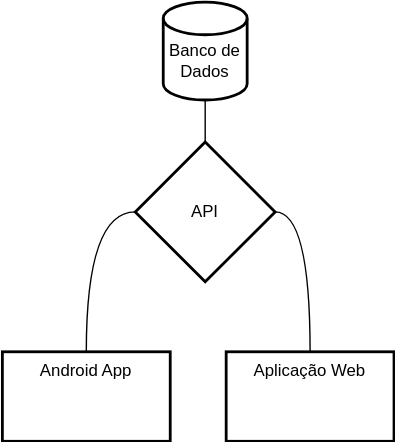
Earlier version of the draw.io export .diagramas/sistema.drawio.svg (jcjoo/pi). Source tidied: cells renumbered, new cells last; positions are measured from the earlier drawing's top-left corner, leaving out a move shared by most shapes.
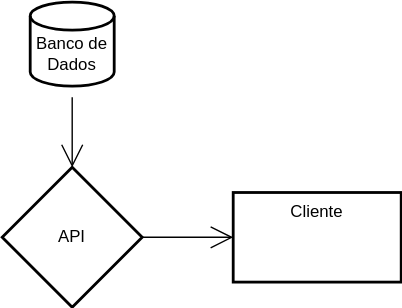
The same diagram one commit later.

Commit message:
atualizando diagramas para nova configuração do sistema e inicializando diagrama de classes

What changed in the source:
```diff
@@ -2,26 +2,20 @@
   <root>
     <mxCell id="0" />
     <mxCell id="1" parent="0" />
-    <mxCell id="2" value="Android App" style="whiteSpace=wrap;strokeWidth=2;verticalAlign=top;" parent="1" vertex="1">
-      <mxGeometry y="250" width="120" height="64" as="geometry" />
-    </mxCell>
+    <mxCell id="8" style="edgeStyle=none;curved=1;rounded=0;jettySize=auto;html=1;entryX=0.5;entryY=0;entryDx=0;entryDy=0;entryPerimeter=0;endArrow=open;startSize=14;endSize=14;sourcePerimeterSpacing=8;targetPerimeterSpacing=8;" parent="1" edge="1" source="3" target="4">
+      <mxGeometry relative="1" as="geometry" />
+    </mxCell>
     <mxCell id="3" value="&lt;div&gt;&lt;br&gt;&lt;/div&gt;&lt;div&gt;Banco de Dados&lt;/div&gt;" style="strokeWidth=2;html=1;shape=mxgraph.flowchart.database;whiteSpace=wrap;" parent="1" vertex="1">
-      <mxGeometry x="115" width="60" height="70" as="geometry" />
+      <mxGeometry x="115" width="60" height="60" as="geometry" />
     </mxCell>
+    <mxCell id="9" style="edgeStyle=none;curved=1;rounded=0;jettySize=auto;html=1;exitX=1;exitY=0.5;exitDx=0;exitDy=0;exitPerimeter=0;entryX=0;entryY=0.5;entryDx=0;entryDy=0;endArrow=open;startSize=14;endSize=14;sourcePerimeterSpacing=8;targetPerimeterSpacing=8;" parent="1" edge="1" source="4" target="6">
+      <mxGeometry relative="1" as="geometry" />
+    </mxCell>
     <mxCell id="4" value="API" style="strokeWidth=2;html=1;shape=mxgraph.flowchart.decision;whiteSpace=wrap;" parent="1" vertex="1">
-      <mxGeometry x="95" y="100" width="100" height="100" as="geometry" />
+      <mxGeometry x="95" y="118" width="100" height="100" as="geometry" />
     </mxCell>
-    <mxCell id="5" style="edgeStyle=orthogonalEdgeStyle;rounded=0;jettySize=auto;html=1;entryX=0;entryY=0.5;entryDx=0;entryDy=0;entryPerimeter=0;endArrow=none;endFill=0;curved=1;" parent="1" edge="1" source="2" target="4">
-      <mxGeometry relative="1" as="geometry" />
-    </mxCell>
-    <mxCell id="6" value="Aplicação Web" style="whiteSpace=wrap;strokeWidth=2;verticalAlign=top;" parent="1" vertex="1">
-      <mxGeometry x="160" y="250" width="120" height="64" as="geometry" />
+    <mxCell id="6" value="Cliente" style="whiteSpace=wrap;strokeWidth=2;verticalAlign=top;" parent="1" vertex="1">
+      <mxGeometry x="260" y="136" width="120" height="64" as="geometry" />
     </mxCell>
-    <mxCell id="7" style="edgeStyle=orthogonalEdgeStyle;rounded=0;jettySize=auto;html=1;entryX=1;entryY=0.5;entryDx=0;entryDy=0;entryPerimeter=0;strokeColor=default;curved=1;endArrow=none;endFill=0;" parent="1" edge="1" source="6" target="4">
-      <mxGeometry relative="1" as="geometry" />
-    </mxCell>
-    <mxCell id="8" style="edgeStyle=orthogonalEdgeStyle;rounded=0;jettySize=auto;html=1;entryX=0.5;entryY=0;entryDx=0;entryDy=0;entryPerimeter=0;endArrow=none;endFill=0;" parent="1" edge="1" source="3" target="4">
-      <mxGeometry relative="1" as="geometry" />
-    </mxCell>
   </root>
 </mxGraphModel>
```
